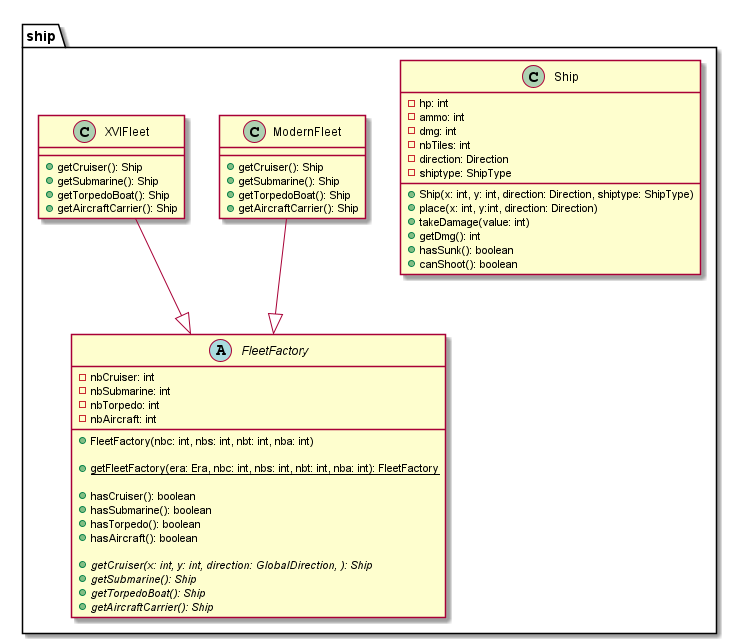
Before: doc/conception/image/class/bateau.png, a diagram exported from PlantUML (Reynault/ShipShop).
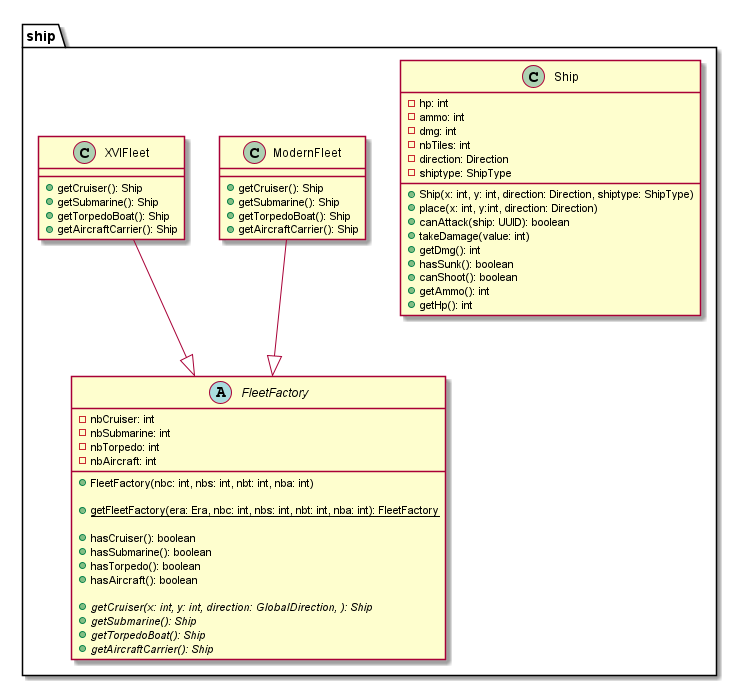
After the commit.

Change to the diagram source:
```diff
@@ -11,10 +11,13 @@
         - shiptype: ShipType
         + Ship(x: int, y: int, direction: Direction, shiptype: ShipType)
         + place(x: int, y:int, direction: Direction)
+        + canAttack(ship: UUID): boolean
         + takeDamage(value: int)
         + getDmg(): int
         + hasSunk(): boolean
         + canShoot(): boolean
+        + getAmmo(): int
+        + getHp(): int
     }
 
 
```
